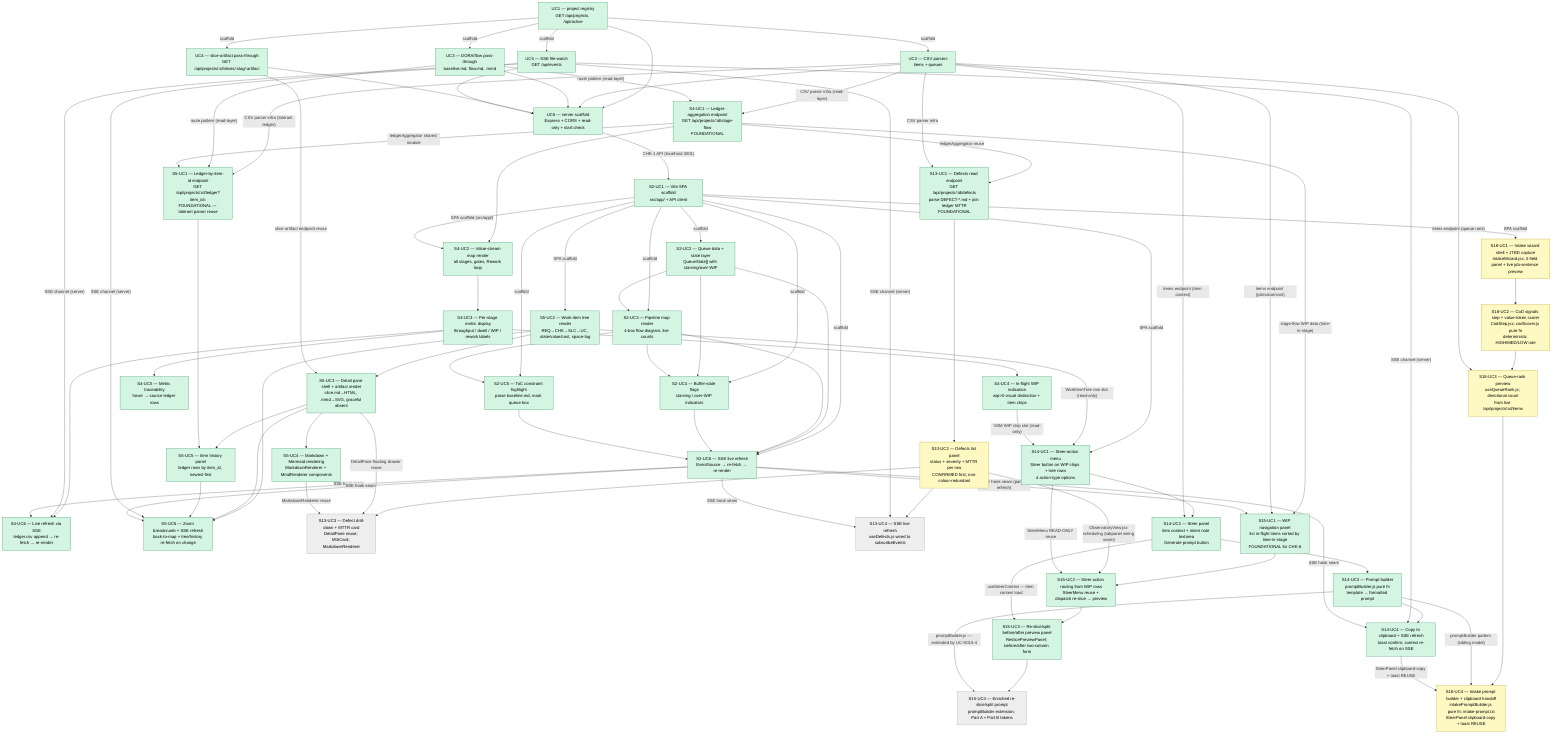
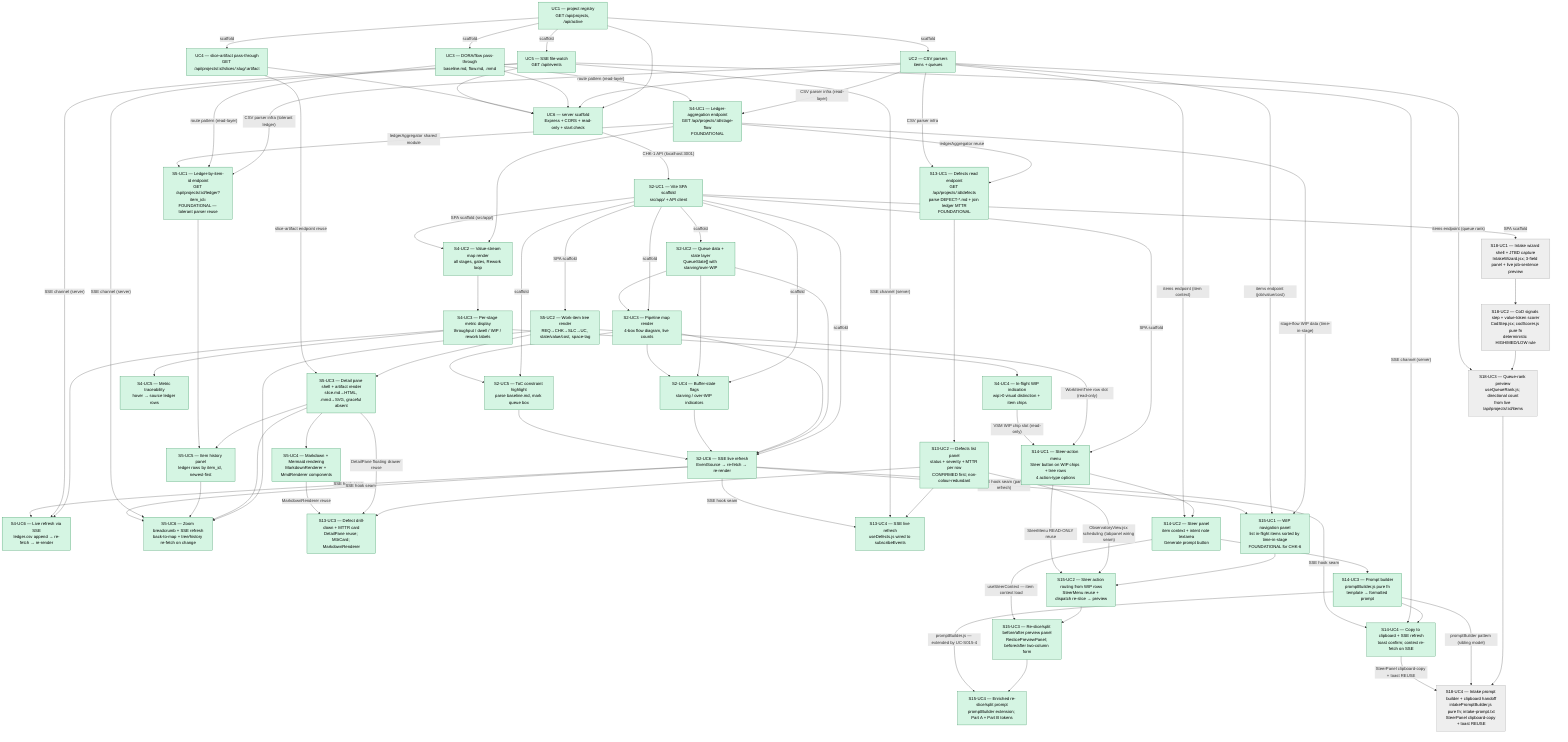
%%{ init: { "theme": "default" } }%%
graph TD
    %% s001 — CHK-1 read layer (server)
    UC1["UC1 — project registry<br/>GET /api/projects, /api/active"]
    UC2["UC2 — CSV parsers<br/>items + queues"]
    UC3["UC3 — DORA/flow pass-through<br/>baseline.md, flow.md, .mmd"]
    UC4["UC4 — slice-artifact pass-through<br/>GET /api/projects/:id/slices/:slug/:artifact"]
    UC5["UC5 — SSE file-watch<br/>GET /api/events"]
    UC6["UC6 — server scaffold<br/>Express + CORS + read-only + start:check"]

    UC1 --> UC6
    UC2 --> UC6
    UC3 --> UC6
    UC4 --> UC6
    UC5 --> UC6

    %% Scaffold scheduling edges (s001 server scaffold)
    UC1 -->|scaffold| UC2
    UC1 -->|scaffold| UC3
    UC1 -->|scaffold| UC4
    UC1 -->|scaffold| UC5

    %% s002 — CHK-2 pipeline map (SPA)
    S2UC1["S2-UC1 — Vite SPA scaffold<br/>src/app/ + API client"]
    S2UC2["S2-UC2 — Queue data + state layer<br/>QueueState[] with starving/over-WIP"]
    S2UC3["S2-UC3 — Pipeline map render<br/>4-box flow diagram, live counts"]
    S2UC4["S2-UC4 — Buffer-state flags<br/>starving / over-WIP indicators"]
    S2UC5["S2-UC5 — ToC constraint highlight<br/>parse baseline.md, mark queue box"]
    S2UC6["S2-UC6 — SSE live refresh<br/>EventSource → re-fetch → re-render"]

    %% s002 internal dependencies
    S2UC1 -->|scaffold| S2UC2
    S2UC1 -->|scaffold| S2UC3
    S2UC1 -->|scaffold| S2UC4
    S2UC1 -->|scaffold| S2UC5
    S2UC1 -->|scaffold| S2UC6
    S2UC2 --> S2UC3
    S2UC2 --> S2UC4
    S2UC3 --> S2UC4
    S2UC3 --> S2UC5
    S2UC2 --> S2UC6
    S2UC3 --> S2UC6
    S2UC4 --> S2UC6
    S2UC5 --> S2UC6

    %% Cross-slice: s002 SPA consumes s001 server API
    UC6 -->|"CHK-1 API (localhost:3001)"| S2UC1

    %% s003 — DROPPED (absorbed into s004 CHK-2 re-scope; 2026-06-09)
    %% S3UC1..S3UC6 nodes removed from active graph

    %% s004 — CHK-2 (re-scoped) value-stream map (server + SPA)
    S4UC1["S4-UC1 — Ledger-aggregation endpoint<br/>GET /api/projects/:id/stage-flow<br/>FOUNDATIONAL"]
    S4UC2["S4-UC2 — Value-stream map render<br/>all stages, gates, Rework loop"]
    S4UC3["S4-UC3 — Per-stage metric display<br/>throughput / dwell / WIP / rework labels"]
    S4UC4["S4-UC4 — In-flight WIP indication<br/>wip>0 visual distinction + item chips"]
    S4UC5["S4-UC5 — Metric traceability<br/>hover → source ledger rows"]
    S4UC6["S4-UC6 — Live refresh via SSE<br/>ledger.csv append → re-fetch → re-render"]

    %% s004 internal dependencies
    S4UC1 --> S4UC2
    S4UC2 --> S4UC3
    S4UC3 --> S4UC4
    S4UC3 --> S4UC5
    S4UC3 --> S4UC6

    %% Cross-slice: s004 server extends s001 read-layer; SPA extends s002 scaffold + SSE
    UC2 -->|"CSV parser infra (read-layer)"| S4UC1
    UC3 -->|"route pattern (read-layer)"| S4UC1
    UC5 -->|"SSE channel (server)"| S4UC6
    S2UC1 -->|"SPA scaffold (src/app/)"| S4UC2
    S2UC6 -->|"SSE hook seam"| S4UC6

    %% s005 — CHK-4 work-item tree & zoom/drill
    S5UC1["S5-UC1 — Ledger-by-item-id endpoint<br/>GET /api/projects/:id/ledger?item_id=<id><br/>FOUNDATIONAL — tolerant parser reuse"]
    S5UC2["S5-UC2 — Work-item tree render<br/>REQ→CHK→SLC→UC, state/value/cost, space-tag"]
    S5UC3["S5-UC3 — Detail pane shell + artifact render<br/>slice.md→HTML, .mmd→SVG, graceful absent"]
    S5UC4["S5-UC4 — Markdown + Mermaid rendering<br/>MarkdownRenderer + MmdRenderer components"]
    S5UC5["S5-UC5 — Item history panel<br/>ledger rows by item_id, newest-first"]
    S5UC6["S5-UC6 — Zoom breadcrumb + SSE refresh<br/>back-to-map + tree/history re-fetch on change"]

    %% s005 internal dependencies
    S5UC2 --> S5UC3
    S5UC3 --> S5UC4
    S5UC3 --> S5UC5
    S5UC1 --> S5UC5
    S5UC2 --> S5UC6
    S5UC3 --> S5UC6
    S5UC5 --> S5UC6

    %% Cross-slice: s005 reuses s001 read-layer + s002/s004 SPA seams
    UC2 -->|"CSV parser infra (tolerant ledger)"| S5UC1
    UC3 -->|"route pattern (read-layer)"| S5UC1
    UC4 -->|"slice-artifact endpoint reuse"| S5UC3
    UC5 -->|"SSE channel (server)"| S5UC6
    S2UC1 -->|"SPA scaffold"| S5UC2
    S2UC6 -->|"SSE hook seam"| S5UC6
    S4UC1 -->|"ledgerAggregator shared module"| S5UC1

    %% s013 — CHK-8 defects view (SECONDARY)
    S13UC1["S13-UC1 — Defects read endpoint<br/>GET /api/projects/:id/defects<br/>parse DEFECT-*.md + join ledger MTTR<br/>FOUNDATIONAL"]
    S13UC2["S13-UC2 — Defects list panel<br/>status + severity + MTTR per row<br/>CONFIRMED first; non-colour-redundant"]
    S13UC3["S13-UC3 — Defect drill-down + MTTR card<br/>DetailPane reuse; MttrCard; MarkdownRenderer"]
    S13UC4["S13-UC4 — SSE live refresh<br/>useDefects.js wired to subscribeEvents"]

    %% s013 internal dependencies
    S13UC1 --> S13UC2
    S13UC2 --> S13UC3
    S13UC2 --> S13UC4

    %% Cross-slice: s013 reuses s001 ledger + s005 drawer/renderer
    S4UC1 -->|"ledgerAggregator reuse"| S13UC1
    UC2 -->|"CSV parser infra"| S13UC1
    UC5 -->|"SSE channel (server)"| S13UC4
    S5UC3 -->|"DetailPane floating drawer reuse"| S13UC3
    S5UC4 -->|"MarkdownRenderer reuse"| S13UC3
    S2UC6 -->|"SSE hook seam"| S13UC4

    %% s014 — CHK-5 steer prompt handoff (SECONDARY)
    S14UC1["S14-UC1 — Steer-action menu<br/>Steer button on WIP chips + tree rows<br/>4 action-type options"]
    S14UC2["S14-UC2 — Steer panel<br/>item context + intent note textarea<br/>Generate prompt button"]
    S14UC3["S14-UC3 — Prompt builder<br/>promptBuilder.js pure fn<br/>template → formatted prompt"]
    S14UC4["S14-UC4 — Copy to clipboard + SSE refresh<br/>toast confirm; context re-fetch on SSE"]

    %% s014 internal dependencies (linear chain)
    S14UC1 --> S14UC2
    S14UC2 --> S14UC3
    S14UC3 --> S14UC4

    %% Cross-slice: s014 reuses s001 read-layer + s005 SPA seams
    UC2 -->|"items endpoint (item context)"| S14UC2
    UC5 -->|"SSE channel (server)"| S14UC4
    S2UC1 -->|"SPA scaffold"| S14UC1
    S2UC6 -->|"SSE hook seam"| S14UC4
    S5UC2 -->|"WorkItemTree row slot (read-only)"| S14UC1
    S4UC4 -->|"VSM WIP chip slot (read-only)"| S14UC1

    %% s015 — CHK-6 WIP navigate & re-slice/split before/after preview (SECONDARY)
    S15UC1["S15-UC1 — WIP navigation panel<br/>list in-flight items sorted by time-in-stage<br/>FOUNDATIONAL for CHK-6"]
    S15UC2["S15-UC2 — Steer action routing from WIP rows<br/>SteerMenu reuse + dispatch re-slice → preview"]
    S15UC3["S15-UC3 — Re-slice/split before/after preview panel<br/>ReslicePreviewPanel; before/after two-column form"]
    S15UC4["S15-UC4 — Enriched re-slice/split prompt<br/>promptBuilder extension; Part A + Part B tokens"]

    %% s015 internal dependencies
    S15UC1 --> S15UC2
    S15UC2 --> S15UC3
    S15UC3 --> S15UC4

    %% Cross-slice scheduling edge (hidden edge discovered 2026-06-11, §F7):
    %% S13UC2 and S15UC2 both edit ObservatoryView.jsx in the same wave —
    %% S13UC2 adds the defects tabpanel; S15UC2 threads onSteer into WipRow and
    %% ObservatoryView. Concurrent edits collide at the tablist/tabpanel wiring block.
    %% Engineer serialised by commit order (ae7aa28 first). Formalised here.
    S13UC2 -->|"ObservatoryView.jsx scheduling (tabpanel wiring seam)"| S15UC2

    %% Cross-slice: s015 builds on s014 steer engine + existing data endpoints
    S14UC1 -->|"SteerMenu READ-ONLY reuse"| S15UC2
    S14UC2 -->|"useSteerContext — item context load"| S15UC3
    S14UC3 -->|"promptBuilder.js — extended by UC-S015-4"| S15UC4
    S4UC1 -->|"stage-flow WIP data (time-in-stage)"| S15UC1
    UC2 -->|"items endpoint (job/value/cost)"| S15UC1
    S2UC6 -->|"SSE hook seam (panel refresh)"| S15UC1

    %% s018 — CHK-7 guided cost-of-delay intake (SECONDARY)
    S18UC1["S18-UC1 — Intake wizard shell + JTBD capture<br/>IntakeWizard.jsx; 3-field panel + live job-sentence preview"]
    S18UC2["S18-UC2 — CoD signals step + value-token scorer<br/>CodStep.jsx; codScorer.js pure fn<br/>deterministic HIGH/MED/LOW rule"]
    S18UC3["S18-UC3 — Queue-rank preview<br/>useQueueRank.js; directional count<br/>from live /api/projects/:id/items"]
    S18UC4["S18-UC4 — Intake prompt builder + clipboard handoff<br/>intakePromptBuilder.js pure fn; intake-prompt.txt<br/>SteerPanel clipboard-copy + toast REUSE"]

    %% s018 internal dependencies (linear chain)
    S18UC1 --> S18UC2
    S18UC2 --> S18UC3
    S18UC3 --> S18UC4

    %% Cross-slice: s018 reuses s001 read-layer + s002 SPA scaffold + s014 clipboard mechanic
    S2UC1 -->|"SPA scaffold"| S18UC1
    UC2 -->|"items endpoint (queue rank)"| S18UC3
    S14UC3 -->|"promptBuilder pattern (sibling model)"| S18UC4
    S14UC4 -->|"SteerPanel clipboard-copy + toast REUSE"| S18UC4

    classDef stable fill:#eee,stroke:#999,color:#000
    classDef delivered fill:#d5f5e3,stroke:#1e8449,color:#000
    classDef superseded fill:#f9ebea,stroke:#c0392b,color:#666
    classDef changed fill:#fef9c3,stroke:#b7950b,color:#000

    class UC1,UC2,UC3,UC4,UC5,UC6 delivered
    class S2UC1,S2UC2,S2UC3,S2UC4,S2UC5,S2UC6 delivered
    class S4UC1,S4UC2,S4UC3,S4UC4,S4UC5,S4UC6 delivered
    class S5UC1,S5UC2,S5UC3,S5UC4,S5UC5,S5UC6 delivered
-     class S13UC1 delivered
-     class S13UC2 changed
-     class S13UC3,S13UC4 stable
+     class S13UC1,S13UC2,S13UC3,S13UC4 delivered
    class S14UC1,S14UC2,S14UC3,S14UC4 delivered
-     class S15UC1,S15UC2,S15UC3 delivered
-     class S15UC4 stable
-     class S18UC1,S18UC2,S18UC3,S18UC4 changed
+     class S15UC1,S15UC2,S15UC3,S15UC4 delivered
+     class S18UC1,S18UC2,S18UC3,S18UC4 stable
